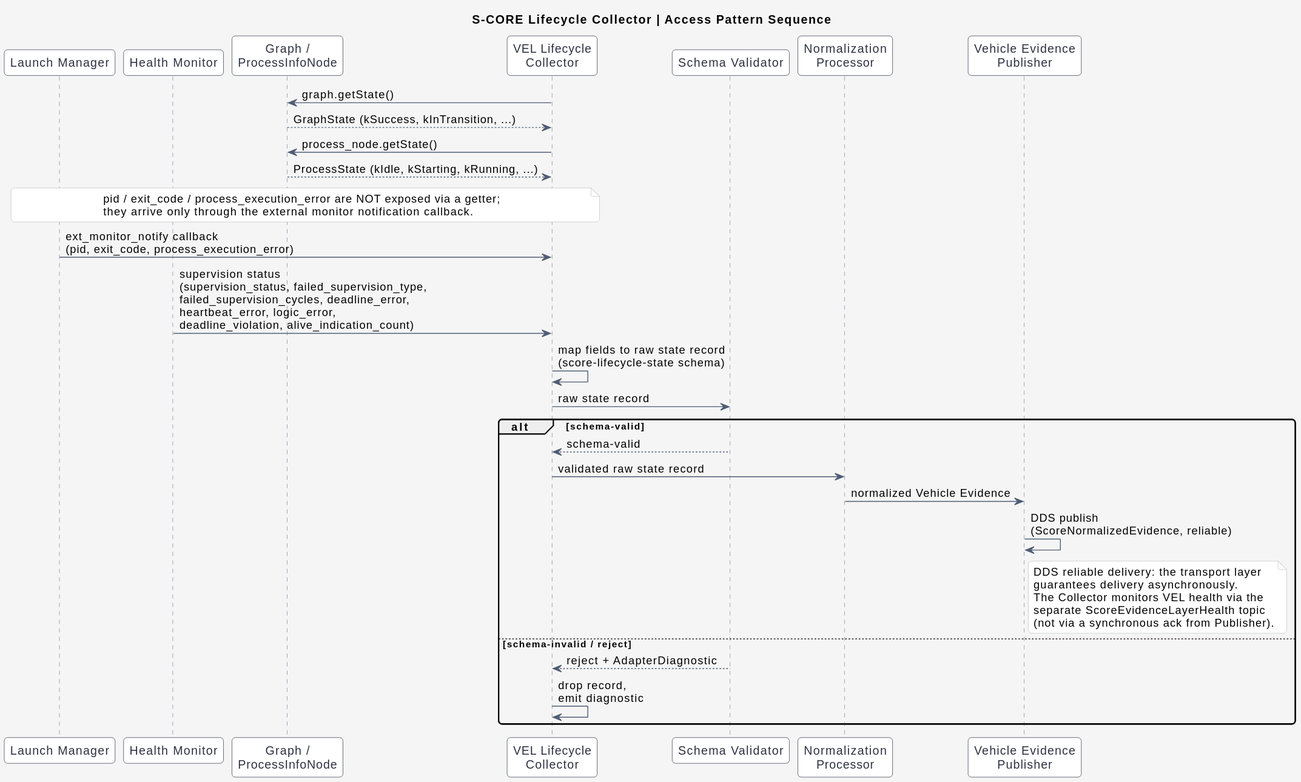
Above: docs/features/assets/lifecycle/Lifecycle_collector_sequence.svg in akshayg0314/vel (PlantUML), before the change.
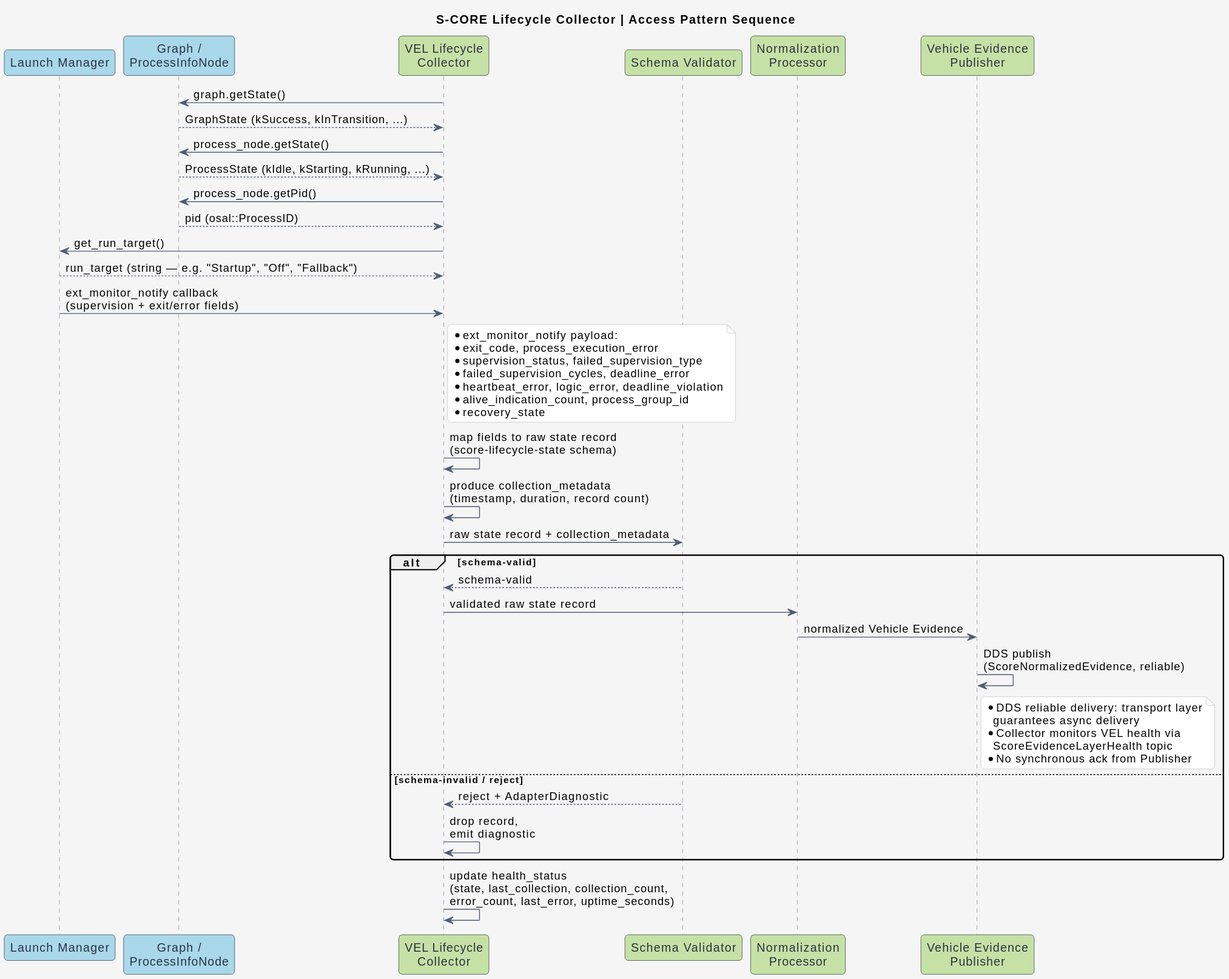
Above is the later version.

Commit message:
Add class, static-view and sequence diagram for s-core lifecycle module in VEL

Diff of the diagram source:
```diff
@@ -5,49 +5,58 @@
 skinparam roundCorner 8
 skinparam ArrowColor #4F5D75
 skinparam sequenceParticipantBorderColor #2D3142
-skinparam sequenceParticipantBackgroundColor #FFFFFF
 skinparam sequenceParticipantFontColor #2D3142
 skinparam sequenceLifeLineBorderColor #7A8399
 skinparam noteBackgroundColor #FFFFFF
 skinparam noteBorderColor #BFC0C0
 
-participant "Launch Manager" as LM
-participant "Health Monitor" as HM
-participant "Graph /\nProcessInfoNode" as State
-participant "VEL Lifecycle\nCollector" as Collector
-participant "Schema Validator" as Validator
-participant "Normalization\nProcessor" as Normalizer
-participant "Vehicle Evidence\nPublisher" as Publisher
+participant "Launch Manager" as LM #A8D8EA
+participant "Graph /\nProcessInfoNode" as State #A8D8EA
+
+participant "VEL Lifecycle\nCollector" as Collector #C5E1A5
+participant "Schema Validator" as Validator #C5E1A5
+participant "Normalization\nProcessor" as Normalizer #C5E1A5
+participant "Vehicle Evidence\nPublisher" as Publisher #C5E1A5
 
 Collector -> State : graph.getState()
 State --> Collector : GraphState (kSuccess, kInTransition, ...)
 Collector -> State : process_node.getState()
 State --> Collector : ProcessState (kIdle, kStarting, kRunning, ...)
+Collector -> State : process_node.getPid()
+State --> Collector : pid (osal::ProcessID)
+Collector -> LM : get_run_target()
+LM --> Collector : run_target (string — e.g. "Startup", "Off", "Fallback")
 
-note over Collector, LM
-pid / exit_code / process_execution_error are NOT exposed via a getter;
-they arrive only through the external monitor notification callback.
+LM -> Collector : ext_monitor_notify callback\n(supervision + exit/error fields)
+note right of Collector
+  * ext_monitor_notify payload:
+  * exit_code, process_execution_error
+  * supervision_status, failed_supervision_type
+  * failed_supervision_cycles, deadline_error
+  * heartbeat_error, logic_error, deadline_violation
+  * alive_indication_count, process_group_id
+  * recovery_state
 end note
 
-LM -> Collector : ext_monitor_notify callback\n(pid, exit_code, process_execution_error)
-HM -> Collector : supervision status\n(supervision_status, failed_supervision_type,\nfailed_supervision_cycles, deadline_error,\nheartbeat_error, logic_error,\ndeadline_violation, alive_indication_count)
-
 Collector -> Collector : map fields to raw state record\n(score-lifecycle-state schema)
-Collector -> Validator : raw state record
+Collector -> Collector : produce collection_metadata\n(timestamp, duration, record count)
+Collector -> Validator : raw state record + collection_metadata
 alt schema-valid
   Validator --> Collector : schema-valid
   Collector -> Normalizer : validated raw state record
   Normalizer -> Publisher : normalized Vehicle Evidence
   Publisher -> Publisher : DDS publish\n(ScoreNormalizedEvidence, reliable)
   note right of Publisher
-    DDS reliable delivery: the transport layer
-    guarantees delivery asynchronously.
-    The Collector monitors VEL health via the
-    separate ScoreEvidenceLayerHealth topic
-    (not via a synchronous ack from Publisher).
+    * DDS reliable delivery: transport layer
+      guarantees async delivery
+    * Collector monitors VEL health via
+      ScoreEvidenceLayerHealth topic
+    * No synchronous ack from Publisher
   end note
 else schema-invalid / reject
   Validator --> Collector : reject + AdapterDiagnostic
   Collector -> Collector : drop record,\nemit diagnostic
 end
+
+Collector -> Collector : update health_status\n(state, last_collection, collection_count,\nerror_count, last_error, uptime_seconds)
 @enduml
```
